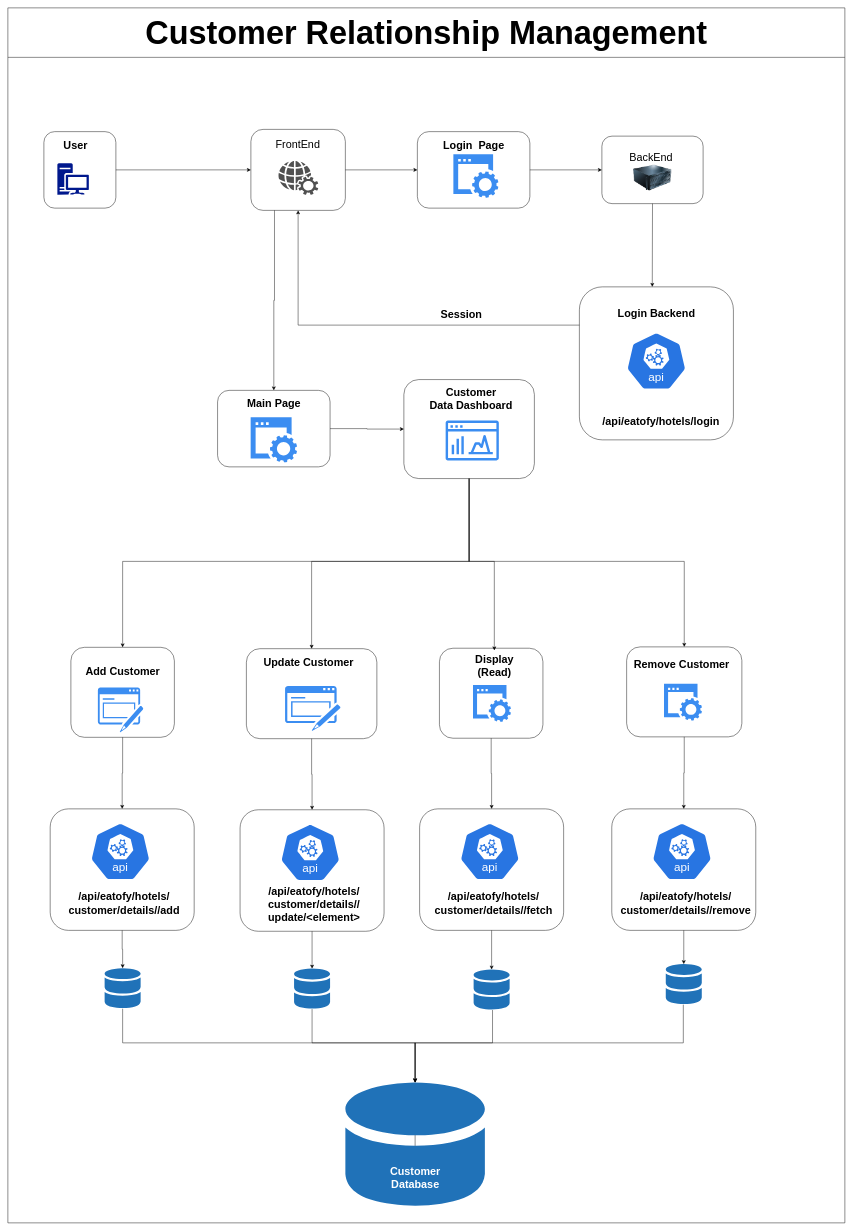
Above: page "Recipe-Management" (15 of 15) of eatofy.drawio in appnichetechnologies/Eatofy-System-Design (draw.io), before the change. Source tidied: cells renumbered, new cells numbered last; positions are measured from the earlier drawing's top-left corner, leaving out a move shared by most shapes. Both pictures are drawn from the tidied source at 45%, with x=0, y=0 at pixel (8, 8).
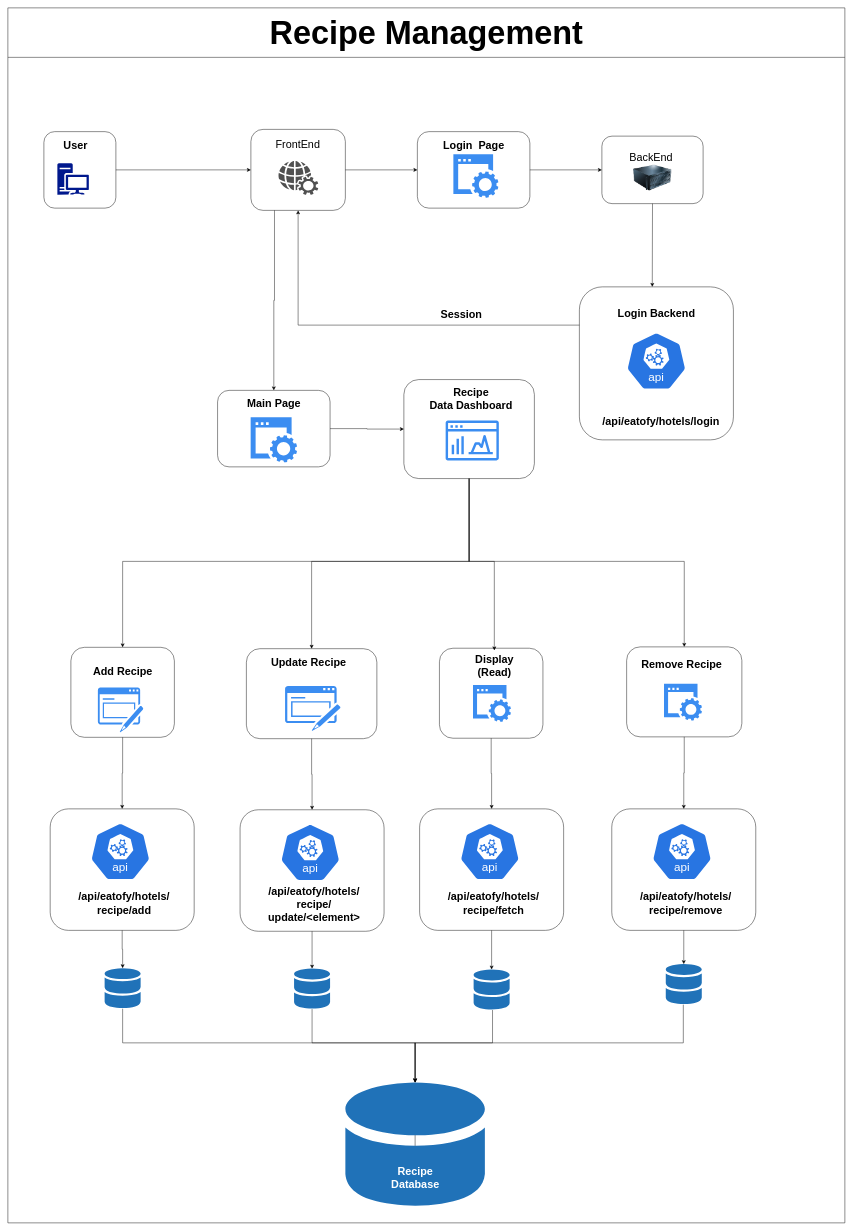
Above is the later version.

Commit message (it also covers changes not shown here):
Recipe Management

The change refers to these unchanged cells:
```xml
<mxCell id="43" style="group;" parent="1" vertex="1">
  <mxGeometry x="140" y="1421" width="236" height="200" as="geometry" />
</mxCell>
<mxCell id="47" style="group;" parent="1" vertex="1">
  <mxGeometry x="530" y="1424" width="300" height="200" as="geometry" />
</mxCell>
<mxCell id="56" style="group;" parent="1" vertex="1">
  <mxGeometry x="1375" y="1420" width="275" height="200" as="geometry" />
</mxCell>
<mxCell id="60" style="group;" parent="1" vertex="1">
  <mxGeometry x="880" y="826" width="299.4" height="220" as="geometry" />
</mxCell>
<mxCell id="67" style="group;" parent="1" vertex="1">
  <mxGeometry x="94" y="1780" width="320" height="270" as="geometry" />
</mxCell>
<mxCell id="71" style="group;" parent="1" vertex="1">
  <mxGeometry x="516" y="1782" width="359" height="270" as="geometry" />
</mxCell>
<mxCell id="75" style="group;" parent="1" vertex="1">
  <mxGeometry x="915" y="1780" width="320" height="270" as="geometry" />
</mxCell>
<mxCell id="79" style="group;" parent="1" vertex="1">
  <mxGeometry x="1342" y="1780" width="329" height="270" as="geometry" />
</mxCell>
```

The edit, as a diff of the source:
```diff
@@
-    <mxCell id="45" value="&lt;div&gt;&lt;font style=&quot;font-size: 24px;&quot;&gt;&lt;b&gt;Add Customer&lt;/b&gt;&lt;/font&gt;&lt;/div&gt;" style="text;html=1;align=center;verticalAlign=middle;strokeColor=none;fillColor=none;" parent="43" vertex="1">
-      <mxGeometry x="15" y="34" width="200" height="40" as="geometry" />
+    <mxCell id="45" value="&lt;div&gt;&lt;font style=&quot;font-size: 24px;&quot;&gt;&lt;b&gt;Add Recipe&lt;/b&gt;&lt;/font&gt;&lt;/div&gt;" style="text;html=1;align=center;verticalAlign=middle;strokeColor=none;fillColor=none;" parent="43" vertex="1">
+      <mxGeometry x="35" y="34" width="160" height="40" as="geometry" />
     </mxCell>
@@
-    <mxCell id="49" value="&lt;div&gt;&lt;font style=&quot;font-size: 24px;&quot;&gt;&lt;b&gt; Update Customer&lt;br&gt;&lt;/b&gt;&lt;/font&gt;&lt;/div&gt;&lt;div&gt;&lt;font style=&quot;font-size: 24px;&quot;&gt;&lt;b&gt;&lt;br&gt;&lt;/b&gt;&lt;/font&gt;&lt;/div&gt;" style="text;html=1;align=center;verticalAlign=middle;strokeColor=none;fillColor=none;" parent="47" vertex="1">
-      <mxGeometry x="22.7" y="8.8" width="230" height="70" as="geometry" />
+    <mxCell id="49" value="&lt;div&gt;&lt;font style=&quot;font-size: 24px;&quot;&gt;&lt;b&gt; Update &lt;/b&gt;&lt;/font&gt;&lt;font style=&quot;font-size: 24px;&quot;&gt;&lt;b&gt;Recipe&lt;/b&gt;&lt;/font&gt;&lt;/div&gt;&lt;div&gt;&lt;font style=&quot;font-size: 24px;&quot;&gt;&lt;b&gt;&lt;br&gt;&lt;/b&gt;&lt;/font&gt;&lt;/div&gt;" style="text;html=1;align=center;verticalAlign=middle;strokeColor=none;fillColor=none;" parent="47" vertex="1">
+      <mxGeometry x="37.7" y="8.8" width="200" height="70" as="geometry" />
     </mxCell>
@@
-    <mxCell id="51" value="&lt;div&gt;&lt;font color=&quot;#ffffff&quot; style=&quot;font-size: 24px;&quot;&gt;Customer&lt;br&gt;&lt;/font&gt;&lt;/div&gt;&lt;div&gt;&lt;font color=&quot;#ffffff&quot; style=&quot;font-size: 24px;&quot;&gt;Database&lt;/font&gt;&lt;/div&gt;" style="text;strokeColor=none;fillColor=none;html=1;fontSize=24;fontStyle=1;verticalAlign=middle;align=center;" parent="1" vertex="1">
+    <mxCell id="51" value="&lt;div&gt;&lt;font color=&quot;#ffffff&quot; style=&quot;font-size: 24px;&quot;&gt;Recipe&lt;br&gt;&lt;/font&gt;&lt;/div&gt;&lt;div&gt;&lt;font color=&quot;#ffffff&quot; style=&quot;font-size: 24px;&quot;&gt;Database&lt;/font&gt;&lt;/div&gt;" style="text;strokeColor=none;fillColor=none;html=1;fontSize=24;fontStyle=1;verticalAlign=middle;align=center;" parent="1" vertex="1">
       <mxGeometry x="730" y="2540" width="350" height="120" as="geometry" />
     </mxCell>
@@
-    <mxCell id="59" value="&lt;div&gt;&lt;font style=&quot;font-size: 24px;&quot;&gt;&lt;b&gt;Remove Customer&lt;br&gt;&lt;/b&gt;&lt;/font&gt;&lt;/div&gt;" style="text;html=1;align=center;verticalAlign=middle;strokeColor=none;fillColor=none;" parent="56" vertex="1">
-      <mxGeometry x="-3.3" y="19.8" width="250" height="40" as="geometry" />
+    <mxCell id="59" value="&lt;div&gt;&lt;font style=&quot;font-size: 24px;&quot;&gt;&lt;b&gt;Remove &lt;/b&gt;&lt;/font&gt;&lt;font style=&quot;font-size: 24px;&quot;&gt;&lt;b&gt;Recipe&lt;/b&gt;&lt;/font&gt;&lt;/div&gt;" style="text;html=1;align=center;verticalAlign=middle;strokeColor=none;fillColor=none;" parent="56" vertex="1">
+      <mxGeometry x="16.7" y="19.8" width="210" height="40" as="geometry" />
     </mxCell>
@@
-    <mxCell id="62" value="&lt;div&gt;&lt;font style=&quot;font-size: 24px;&quot;&gt;&lt;b&gt;Customer&lt;br&gt;&lt;/b&gt;&lt;/font&gt;&lt;/div&gt;&lt;div&gt;&lt;font style=&quot;font-size: 24px;&quot;&gt;&lt;b&gt;Data Dashboard &lt;/b&gt;&lt;/font&gt;&lt;/div&gt;" style="text;html=1;align=center;verticalAlign=middle;strokeColor=none;fillColor=none;" parent="60" vertex="1">
+    <mxCell id="62" value="&lt;div&gt;&lt;font style=&quot;font-size: 24px;&quot;&gt;&lt;b&gt;Recipe&lt;br&gt;&lt;/b&gt;&lt;/font&gt;&lt;/div&gt;&lt;div&gt;&lt;font style=&quot;font-size: 24px;&quot;&gt;&lt;b&gt;Data Dashboard &lt;/b&gt;&lt;/font&gt;&lt;/div&gt;" style="text;html=1;align=center;verticalAlign=middle;strokeColor=none;fillColor=none;" parent="60" vertex="1">
       <mxGeometry x="39.4" y="6.9" width="220" height="70" as="geometry" />
     </mxCell>
@@
-    <mxCell id="70" value="&lt;div&gt;&lt;font style=&quot;font-size: 24px;&quot;&gt;&lt;b&gt;&lt;font&gt;/api/eatofy/hotels/&lt;/font&gt;&lt;/b&gt;&lt;/font&gt;&lt;/div&gt;&lt;div&gt;&lt;font style=&quot;font-size: 24px;&quot;&gt;&lt;b&gt;&lt;font&gt;customer/details//add&lt;/font&gt;&lt;/b&gt;&lt;/font&gt;&lt;/div&gt;" style="text;html=1;align=center;verticalAlign=middle;strokeColor=none;fillColor=none;" parent="67" vertex="1">
-      <mxGeometry x="19" y="175" width="290" height="70" as="geometry" />
+    <mxCell id="70" value="&lt;div&gt;&lt;font style=&quot;font-size: 24px;&quot;&gt;&lt;b&gt;&lt;font&gt;/api/eatofy/hotels/&lt;/font&gt;&lt;/b&gt;&lt;/font&gt;&lt;/div&gt;&lt;div&gt;&lt;font style=&quot;font-size: 24px;&quot;&gt;&lt;b&gt;&lt;font&gt;recipe/add&lt;/font&gt;&lt;/b&gt;&lt;/font&gt;&lt;/div&gt;" style="text;html=1;align=center;verticalAlign=middle;strokeColor=none;fillColor=none;" parent="67" vertex="1">
+      <mxGeometry x="44" y="175" width="240" height="70" as="geometry" />
     </mxCell>
@@
-    <mxCell id="74" value="&lt;div&gt;&lt;font style=&quot;font-size: 24px;&quot;&gt;&lt;b&gt;&lt;font&gt;/api/eatofy/hotels&lt;/font&gt;&lt;/b&gt;&lt;/font&gt;&lt;font style=&quot;font-size: 24px;&quot;&gt;&lt;b&gt;&lt;font&gt;/&lt;/font&gt;&lt;/b&gt;&lt;/font&gt;&lt;div&gt;&lt;font style=&quot;font-size: 24px;&quot;&gt;&lt;b&gt;&lt;font&gt;customer/details//&lt;/font&gt;&lt;/b&gt;&lt;/font&gt;&lt;/div&gt;&lt;div&gt;&lt;font style=&quot;font-size: 24px;&quot;&gt;&lt;b&gt;&lt;font&gt;update/&amp;lt;element&amp;gt;&lt;/font&gt;&lt;/b&gt;&lt;/font&gt;&lt;/div&gt;&lt;/div&gt;" style="text;html=1;align=center;verticalAlign=middle;strokeColor=none;fillColor=none;" parent="71" vertex="1">
+    <mxCell id="74" value="&lt;div&gt;&lt;font style=&quot;font-size: 24px;&quot;&gt;&lt;b&gt;&lt;font&gt;/api/eatofy/hotels&lt;/font&gt;&lt;/b&gt;&lt;/font&gt;&lt;font style=&quot;font-size: 24px;&quot;&gt;&lt;b&gt;&lt;font&gt;/&lt;/font&gt;&lt;/b&gt;&lt;/font&gt;&lt;div&gt;&lt;font style=&quot;font-size: 24px;&quot;&gt;&lt;b&gt;&lt;font&gt;recipe/&lt;/font&gt;&lt;/b&gt;&lt;/font&gt;&lt;/div&gt;&lt;div&gt;&lt;font style=&quot;font-size: 24px;&quot;&gt;&lt;b&gt;&lt;font&gt;update/&amp;lt;element&amp;gt;&lt;/font&gt;&lt;/b&gt;&lt;/font&gt;&lt;/div&gt;&lt;/div&gt;" style="text;html=1;align=center;verticalAlign=middle;strokeColor=none;fillColor=none;" parent="71" vertex="1">
       <mxGeometry x="44" y="160" width="240" height="100" as="geometry" />
     </mxCell>
@@
-    <mxCell id="78" value="&lt;div&gt;&lt;font style=&quot;font-size: 24px;&quot;&gt;&lt;b&gt;&lt;font&gt;/api/eatofy/hotels&lt;/font&gt;&lt;/b&gt;&lt;/font&gt;&lt;font style=&quot;font-size: 24px;&quot;&gt;&lt;b&gt;&lt;font&gt;/&lt;/font&gt;&lt;/b&gt;&lt;/font&gt;&lt;div&gt;&lt;font style=&quot;font-size: 24px;&quot;&gt;&lt;b&gt;&lt;font&gt;customer/details//fetch&lt;/font&gt;&lt;/b&gt;&lt;/font&gt;&lt;/div&gt;&lt;/div&gt;" style="text;html=1;align=center;verticalAlign=middle;strokeColor=none;fillColor=none;" parent="75" vertex="1">
-      <mxGeometry x="14" y="175" width="300" height="70" as="geometry" />
+    <mxCell id="78" value="&lt;div&gt;&lt;font style=&quot;font-size: 24px;&quot;&gt;&lt;b&gt;&lt;font&gt;/api/eatofy/hotels&lt;/font&gt;&lt;/b&gt;&lt;/font&gt;&lt;font style=&quot;font-size: 24px;&quot;&gt;&lt;b&gt;&lt;font&gt;/&lt;/font&gt;&lt;/b&gt;&lt;/font&gt;&lt;div&gt;&lt;font style=&quot;font-size: 24px;&quot;&gt;&lt;b&gt;&lt;font&gt;recipe/&lt;/font&gt;&lt;/b&gt;&lt;/font&gt;&lt;font style=&quot;font-size: 24px;&quot;&gt;&lt;b&gt;&lt;font&gt;fetch&lt;/font&gt;&lt;/b&gt;&lt;/font&gt;&lt;/div&gt;&lt;/div&gt;" style="text;html=1;align=center;verticalAlign=middle;strokeColor=none;fillColor=none;" parent="75" vertex="1">
+      <mxGeometry x="44" y="175" width="240" height="70" as="geometry" />
     </mxCell>
@@
-    <mxCell id="82" value="&lt;div&gt;&lt;font style=&quot;font-size: 24px;&quot;&gt;&lt;b&gt;&lt;font&gt;/api/eatofy/hotels&lt;/font&gt;&lt;/b&gt;&lt;/font&gt;&lt;font style=&quot;font-size: 24px;&quot;&gt;&lt;b&gt;&lt;font&gt;/&lt;/font&gt;&lt;/b&gt;&lt;/font&gt;&lt;div&gt;&lt;font style=&quot;font-size: 24px;&quot;&gt;&lt;b&gt;&lt;font&gt;customer/details/&lt;/font&gt;&lt;/b&gt;&lt;/font&gt;&lt;font style=&quot;font-size: 24px;&quot;&gt;&lt;b&gt;&lt;font&gt;/remove&lt;/font&gt;&lt;/b&gt;&lt;/font&gt;&lt;/div&gt;&lt;/div&gt;" style="text;html=1;align=center;verticalAlign=middle;strokeColor=none;fillColor=none;" parent="79" vertex="1">
-      <mxGeometry x="-1" y="175" width="330" height="70" as="geometry" />
+    <mxCell id="82" value="&lt;div&gt;&lt;font style=&quot;font-size: 24px;&quot;&gt;&lt;b&gt;&lt;font&gt;/api/eatofy/hotels&lt;/font&gt;&lt;/b&gt;&lt;/font&gt;&lt;font style=&quot;font-size: 24px;&quot;&gt;&lt;b&gt;&lt;font&gt;/&lt;/font&gt;&lt;/b&gt;&lt;/font&gt;&lt;div&gt;&lt;font style=&quot;font-size: 24px;&quot;&gt;&lt;b&gt;&lt;font&gt;recipe/&lt;/font&gt;&lt;/b&gt;&lt;/font&gt;&lt;font style=&quot;font-size: 24px;&quot;&gt;&lt;b&gt;&lt;font&gt;remove&lt;/font&gt;&lt;/b&gt;&lt;/font&gt;&lt;/div&gt;&lt;/div&gt;" style="text;html=1;align=center;verticalAlign=middle;strokeColor=none;fillColor=none;" parent="79" vertex="1">
+      <mxGeometry x="44" y="175" width="240" height="70" as="geometry" />
     </mxCell>
@@
-    <mxCell id="90" value="&lt;div&gt;&lt;b&gt;&lt;font style=&quot;font-size: 72px;&quot;&gt;Customer Relationship Management&lt;/font&gt;&lt;/b&gt;&lt;/div&gt;" style="swimlane;whiteSpace=wrap;html=1;startSize=110;" parent="1" vertex="1">
+    <mxCell id="90" value="&lt;div&gt;&lt;b&gt;&lt;font style=&quot;font-size: 72px;&quot;&gt;Recipe Management&lt;/font&gt;&lt;/b&gt;&lt;/div&gt;" style="swimlane;whiteSpace=wrap;html=1;startSize=110;" parent="1" vertex="1">
       <mxGeometry width="1860" height="2700" as="geometry" />
     </mxCell>
```
